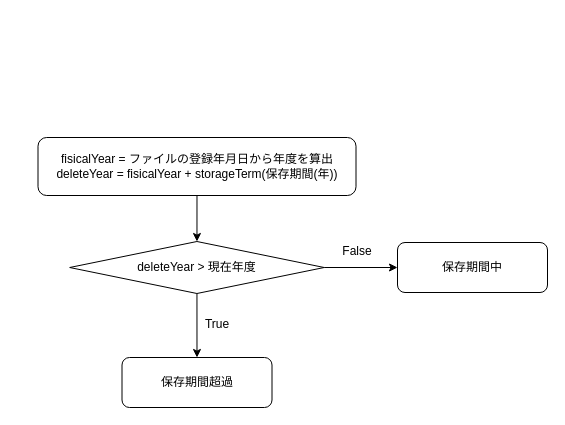
Above: page "保存期間ロジック" (3 of 4) of sql/ER.dio in chie-hira/documents-management-API (draw.io), before the change. Source tidied: cells renumbered, new cells numbered last; positions are measured from the earlier drawing's top-left corner, leaving out a move shared by most shapes. Both pictures are drawn from the tidied source at 100%, with x=0, y=0 at pixel (37, 137).
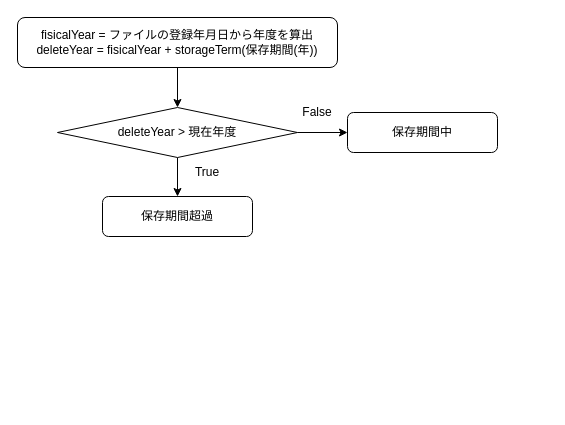
Above is the later version.

The edit, as a diff of the source:
```diff
@@
 <mxGraphModel background="#ffffff">
   <root>
     <mxCell id="0" />
     <mxCell id="1" parent="0" />
-    <mxCell id="2" style="edgeStyle=none;html=1;strokeColor=#000000;fontColor=#000000;" parent="1" edge="1" source="4" target="7">
+    <mxCell id="2" style="edgeStyle=orthogonalEdgeStyle;rounded=0;html=1;strokeColor=#000000;" parent="1" edge="1" source="4" target="7">
       <mxGeometry relative="1" as="geometry" />
     </mxCell>
-    <mxCell id="3" style="edgeStyle=none;html=1;strokeColor=#000000;fontColor=#000000;" parent="1" edge="1" source="4" target="8">
+    <mxCell id="3" style="edgeStyle=orthogonalEdgeStyle;rounded=0;html=1;strokeColor=#000000;" parent="1" edge="1" source="4" target="8">
       <mxGeometry relative="1" as="geometry" />
     </mxCell>
     <mxCell id="4" value="deleteYear &amp;gt; 現在年度" style="rhombus;whiteSpace=wrap;html=1;strokeColor=#000000;fontColor=#000000;fillColor=#FFFFFF;" parent="1" vertex="1">
-      <mxGeometry x="32.2" y="104" width="254.5" height="52" as="geometry" />
+      <mxGeometry x="20" y="-30" width="240" height="50" as="geometry" />
     </mxCell>
     <mxCell id="5" value="False" style="text;html=1;strokeColor=none;fillColor=none;align=center;verticalAlign=middle;whiteSpace=wrap;rounded=0;fontColor=#000000;" parent="1" vertex="1">
-      <mxGeometry x="289.5" y="99" width="60" height="30" as="geometry" />
+      <mxGeometry x="250" y="-40" width="60" height="30" as="geometry" />
     </mxCell>
     <mxCell id="6" value="True" style="text;html=1;strokeColor=none;fillColor=none;align=center;verticalAlign=middle;whiteSpace=wrap;rounded=0;fontColor=#000000;" parent="1" vertex="1">
-      <mxGeometry x="110" y="172" width="140" height="30" as="geometry" />
+      <mxGeometry x="140" y="20" width="60" height="30" as="geometry" />
     </mxCell>
     <mxCell id="7" value="&lt;font color=&quot;#000000&quot;&gt;保存期間超過&lt;br&gt;&lt;/font&gt;" style="rounded=1;whiteSpace=wrap;html=1;fillColor=#FFFFFF;fontColor=#ffffff;strokeColor=#000000;" parent="1" vertex="1">
-      <mxGeometry x="84.5" y="220" width="150" height="50" as="geometry" />
+      <mxGeometry x="65" y="59" width="150" height="40" as="geometry" />
     </mxCell>
     <mxCell id="8" value="&lt;font color=&quot;#000000&quot;&gt;保存期間中&lt;br&gt;&lt;/font&gt;" style="rounded=1;whiteSpace=wrap;html=1;fillColor=#FFFFFF;fontColor=#ffffff;strokeColor=#000000;" parent="1" vertex="1">
-      <mxGeometry x="360" y="105" width="150" height="50" as="geometry" />
+      <mxGeometry x="310" y="-25" width="150" height="40" as="geometry" />
     </mxCell>
-    <mxCell id="9" style="edgeStyle=none;html=1;strokeColor=#000000;fontColor=#000000;" parent="1" edge="1" source="10" target="4">
+    <mxCell id="9" style="edgeStyle=orthogonalEdgeStyle;rounded=0;html=1;strokeColor=#000000;" parent="1" edge="1" source="10" target="4">
       <mxGeometry relative="1" as="geometry" />
     </mxCell>
     <mxCell id="10" value="fisicalYear = ファイルの登録年月日から年度を算出&lt;br&gt;deleteYear = fisicalYear + storageTerm(保存期間(年))" style="rounded=1;whiteSpace=wrap;html=1;fillColor=#FFFFFF;fontColor=#000000;strokeColor=#000000;" parent="1" vertex="1">
-      <mxGeometry x="0.5" width="318" height="58" as="geometry" />
+      <mxGeometry x="-20" y="-120" width="320" height="50" as="geometry" />
     </mxCell>
   </root>
 </mxGraphModel>
```
